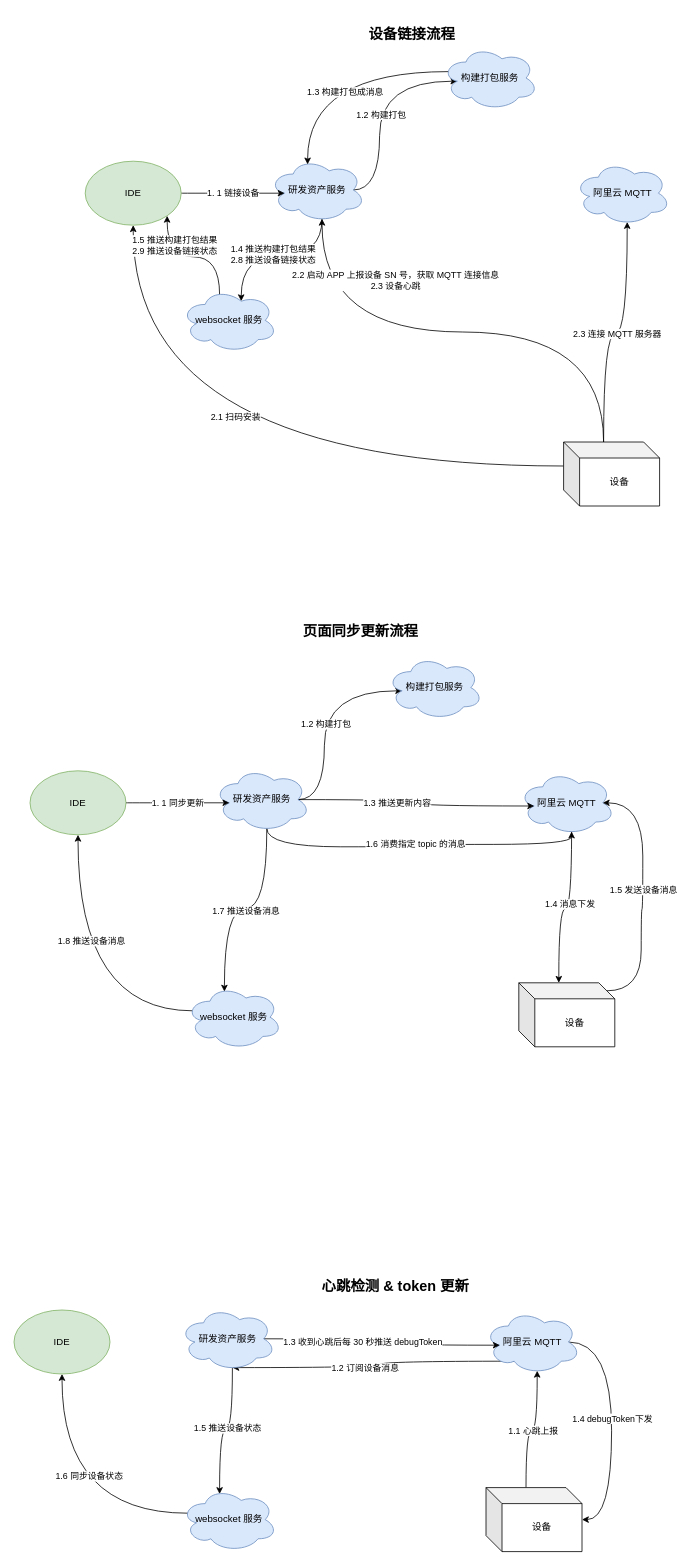
Earlier version of the draw.io diagram 部署图/真机调试系统流程图-阿里云 MQTT.drawio (yinjunfeng/UML). Source tidied: cells renumbered, new cells numbered last; positions are measured from the earlier drawing's top-left corner, leaving out a move shared by most shapes. Both pictures are drawn from the tidied source at 80%, with x=0, y=0 at pixel (14, 26).
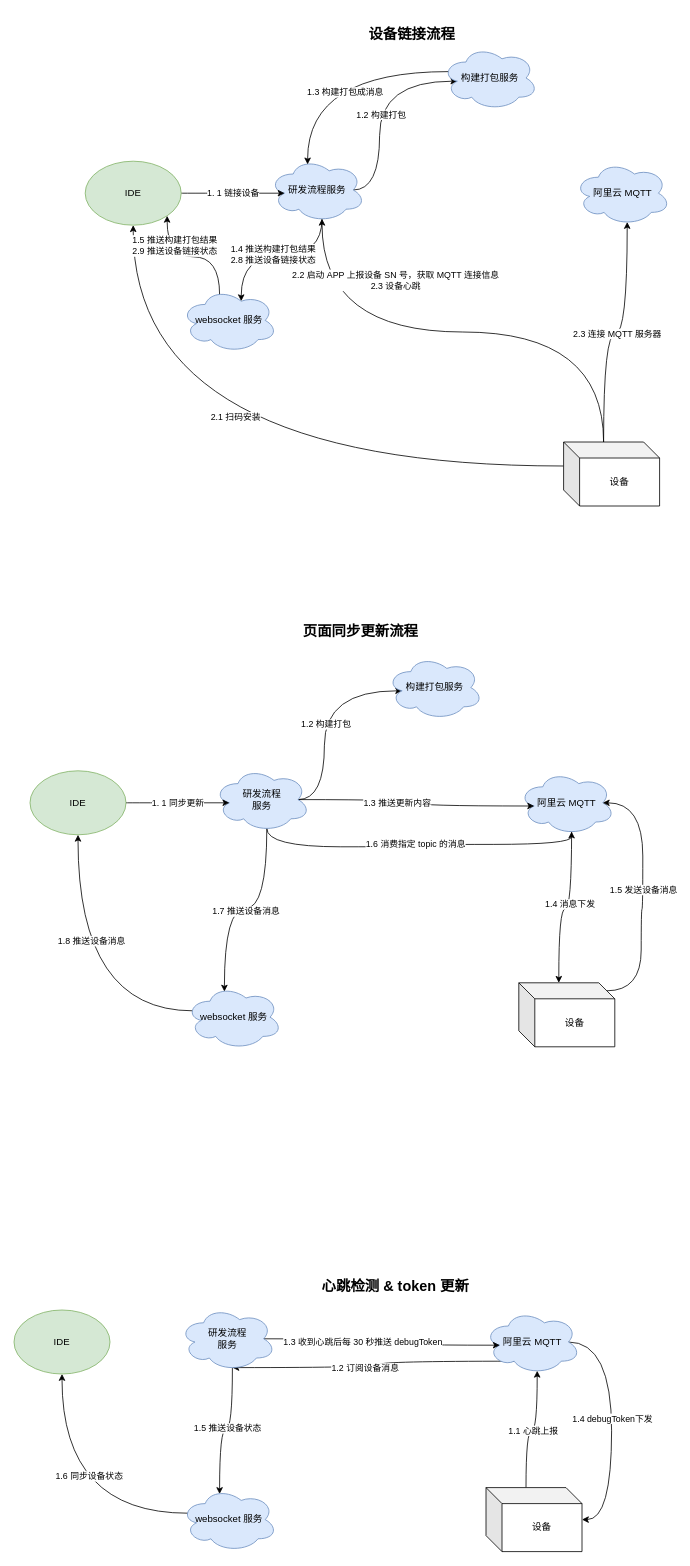
Above is the later version.

Commit message:
Update 真机调试系统流程图-阿里云 MQTT.drawio

The edit, as a diff of the source:
```diff
@@
-    <mxCell id="9" value="研发资产服务" style="ellipse;shape=cloud;whiteSpace=wrap;html=1;fillColor=#dae8fc;strokeColor=#6c8ebf;" parent="1" vertex="1">
+    <mxCell id="9" value="研发流程服务" style="ellipse;shape=cloud;whiteSpace=wrap;html=1;fillColor=#dae8fc;strokeColor=#6c8ebf;" parent="1" vertex="1">
       <mxGeometry x="319" y="165" width="120" height="80" as="geometry" />
     </mxCell>
@@
-    <mxCell id="27" value="研发资产服务" style="ellipse;shape=cloud;whiteSpace=wrap;html=1;fillColor=#dae8fc;strokeColor=#6c8ebf;" parent="1" vertex="1">
+    <mxCell id="27" value="研发流程&lt;br&gt;服务" style="ellipse;shape=cloud;whiteSpace=wrap;html=1;fillColor=#dae8fc;strokeColor=#6c8ebf;" parent="1" vertex="1">
       <mxGeometry x="250" y="927" width="120" height="80" as="geometry" />
     </mxCell>
@@
-    <mxCell id="48" value="研发资产服务" style="ellipse;shape=cloud;whiteSpace=wrap;html=1;fillColor=#dae8fc;strokeColor=#6c8ebf;" parent="1" vertex="1">
+    <mxCell id="48" value="研发流程&lt;br&gt;服务" style="ellipse;shape=cloud;whiteSpace=wrap;html=1;fillColor=#dae8fc;strokeColor=#6c8ebf;" parent="1" vertex="1">
       <mxGeometry x="207" y="1601" width="120" height="80" as="geometry" />
     </mxCell>
```
